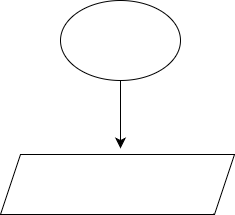
JesusAIR97/Pruebas_iniciales keeps this draw.io diagram as Diagrama Examen ALG2.drawio.png. Above is the earlier version. Source tidied: cells renumbered, new cells last; positions are measured from the earlier drawing's top-left corner, leaving out a move shared by most shapes.
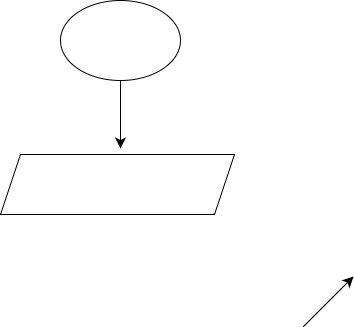
After the commit.

Diff of the diagram source:
```diff
@@ -13,5 +13,11 @@
         <mxPoint x="120" y="148" as="targetPoint" />
       </mxGeometry>
     </mxCell>
+    <mxCell id="5" style="endArrow=classic;html=1;rounded=0;fontSize=12;startSize=8;endSize=8;curved=1;" parent="1" edge="1">
+      <mxGeometry relative="1" as="geometry">
+        <mxPoint x="303" y="326" as="sourcePoint" />
+        <mxPoint x="353" y="276" as="targetPoint" />
+      </mxGeometry>
+    </mxCell>
   </root>
 </mxGraphModel>
```
